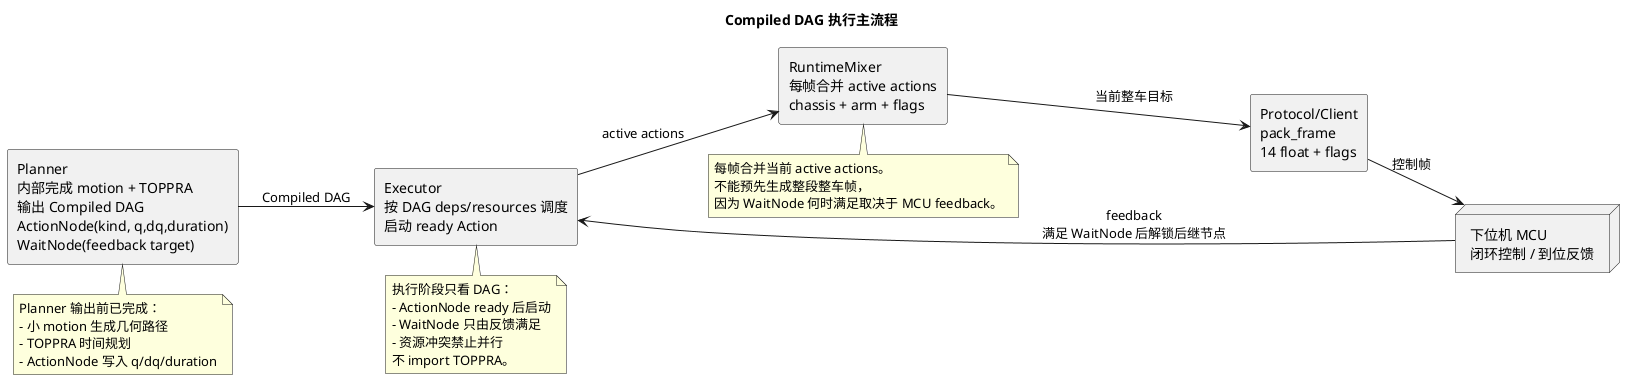
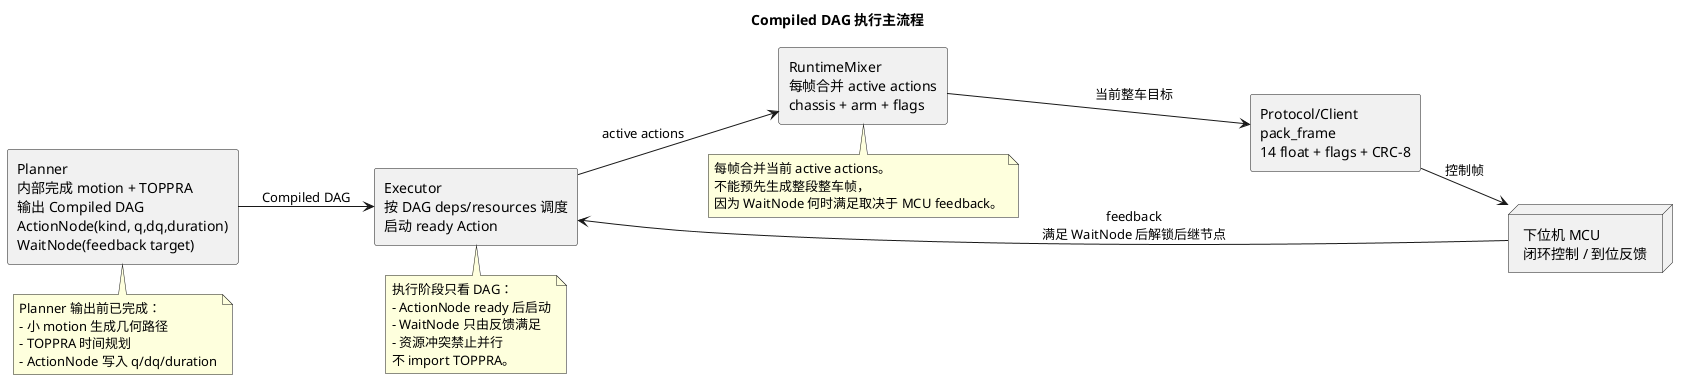
@startuml
title Compiled DAG 执行主流程

skinparam shadowing false
skinparam componentStyle rectangle
skinparam defaultFontName "PingFang SC"
skinparam ranksep 45
skinparam nodesep 30

left to right direction

[Planner\n内部完成 motion + TOPPRA\n输出 Compiled DAG\nActionNode(kind, q,dq,duration)\nWaitNode(feedback target)] as Planner
[Executor\n按 DAG deps/resources 调度\n启动 ready Action] as Executor
[RuntimeMixer\n每帧合并 active actions\nchassis + arm + flags] as Mixer
- [Protocol/Client\npack_frame\n14 float + flags] as Client
+ [Protocol/Client\npack_frame\n14 float + flags + CRC-8] as Client
node "下位机 MCU\n闭环控制 / 到位反馈" as MCU

Planner --> Executor : Compiled DAG
Executor --> Mixer : active actions
Mixer --> Client : 当前整车目标
Client --> MCU : 控制帧
MCU --> Executor : feedback\n满足 WaitNode 后解锁后继节点

note bottom of Planner
Planner 输出前已完成：
- 小 motion 生成几何路径
- TOPPRA 时间规划
- ActionNode 写入 q/dq/duration
end note

note bottom of Executor
执行阶段只看 DAG：
- ActionNode ready 后启动
- WaitNode 只由反馈满足
- 资源冲突禁止并行
不 import TOPPRA。
end note

note bottom of Mixer
每帧合并当前 active actions。
不能预先生成整段整车帧，
因为 WaitNode 何时满足取决于 MCU feedback。
end note

@enduml
